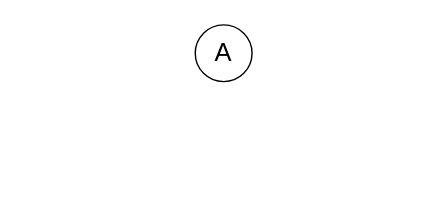
Earlier version of the draw.io diagram Untitled Diagram.drawio (DKwingSON/myDrawIO). Source tidied: cells renumbered, new cells numbered last; positions are measured from the earlier drawing's top-left corner, leaving out a move shared by most shapes. Both pictures are drawn from the tidied source at 142%, with x=0, y=0 at pixel (195, 24).
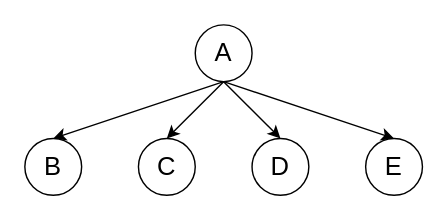
The same diagram, later.

Change to the diagram source:
```diff
@@
 <mxGraphModel>
   <root>
     <mxCell id="0" />
     <mxCell id="1" parent="0" />
+    <mxCell id="3" style="rounded=0;jettySize=auto;html=1;exitX=0.5;exitY=1;exitDx=0;exitDy=0;entryX=0.5;entryY=0;entryDx=0;entryDy=0;" parent="1" edge="1" source="2" target="7">
+      <mxGeometry relative="1" as="geometry" />
+    </mxCell>
+    <mxCell id="4" style="edgeStyle=none;rounded=0;jettySize=auto;html=1;exitX=0.5;exitY=1;exitDx=0;exitDy=0;entryX=0.5;entryY=0;entryDx=0;entryDy=0;" parent="1" edge="1" source="2" target="8">
+      <mxGeometry relative="1" as="geometry" />
+    </mxCell>
+    <mxCell id="5" style="edgeStyle=none;rounded=0;jettySize=auto;html=1;exitX=0.5;exitY=1;exitDx=0;exitDy=0;entryX=0.5;entryY=0;entryDx=0;entryDy=0;" parent="1" edge="1" source="2" target="9">
+      <mxGeometry relative="1" as="geometry" />
+    </mxCell>
+    <mxCell id="6" style="edgeStyle=none;rounded=0;jettySize=auto;html=1;exitX=0.5;exitY=1;exitDx=0;exitDy=0;entryX=0.5;entryY=0;entryDx=0;entryDy=0;" parent="1" edge="1" source="2" target="10">
+      <mxGeometry relative="1" as="geometry" />
+    </mxCell>
     <mxCell id="2" value="&lt;font style=&quot;font-size: 18px&quot;&gt;A&lt;/font&gt;" style="ellipse;whiteSpace=wrap;html=1;" parent="1" vertex="1">
       <mxGeometry width="40" height="40" as="geometry" />
     </mxCell>
+    <mxCell id="7" value="&lt;font style=&quot;font-size: 18px&quot;&gt;B&lt;/font&gt;" style="ellipse;whiteSpace=wrap;html=1;" parent="1" vertex="1">
+      <mxGeometry x="-120" y="80" width="40" height="40" as="geometry" />
+    </mxCell>
+    <mxCell id="8" value="&lt;font style=&quot;font-size: 18px&quot;&gt;C&lt;/font&gt;" style="ellipse;whiteSpace=wrap;html=1;" parent="1" vertex="1">
+      <mxGeometry x="-40" y="80" width="40" height="40" as="geometry" />
+    </mxCell>
+    <mxCell id="9" value="&lt;font style=&quot;font-size: 18px&quot;&gt;D&lt;/font&gt;" style="ellipse;whiteSpace=wrap;html=1;" parent="1" vertex="1">
+      <mxGeometry x="40" y="80" width="40" height="40" as="geometry" />
+    </mxCell>
+    <mxCell id="10" value="&lt;font style=&quot;font-size: 18px&quot;&gt;E&lt;/font&gt;" style="ellipse;whiteSpace=wrap;html=1;" parent="1" vertex="1">
+      <mxGeometry x="120" y="80" width="40" height="40" as="geometry" />
+    </mxCell>
   </root>
 </mxGraphModel>
```
